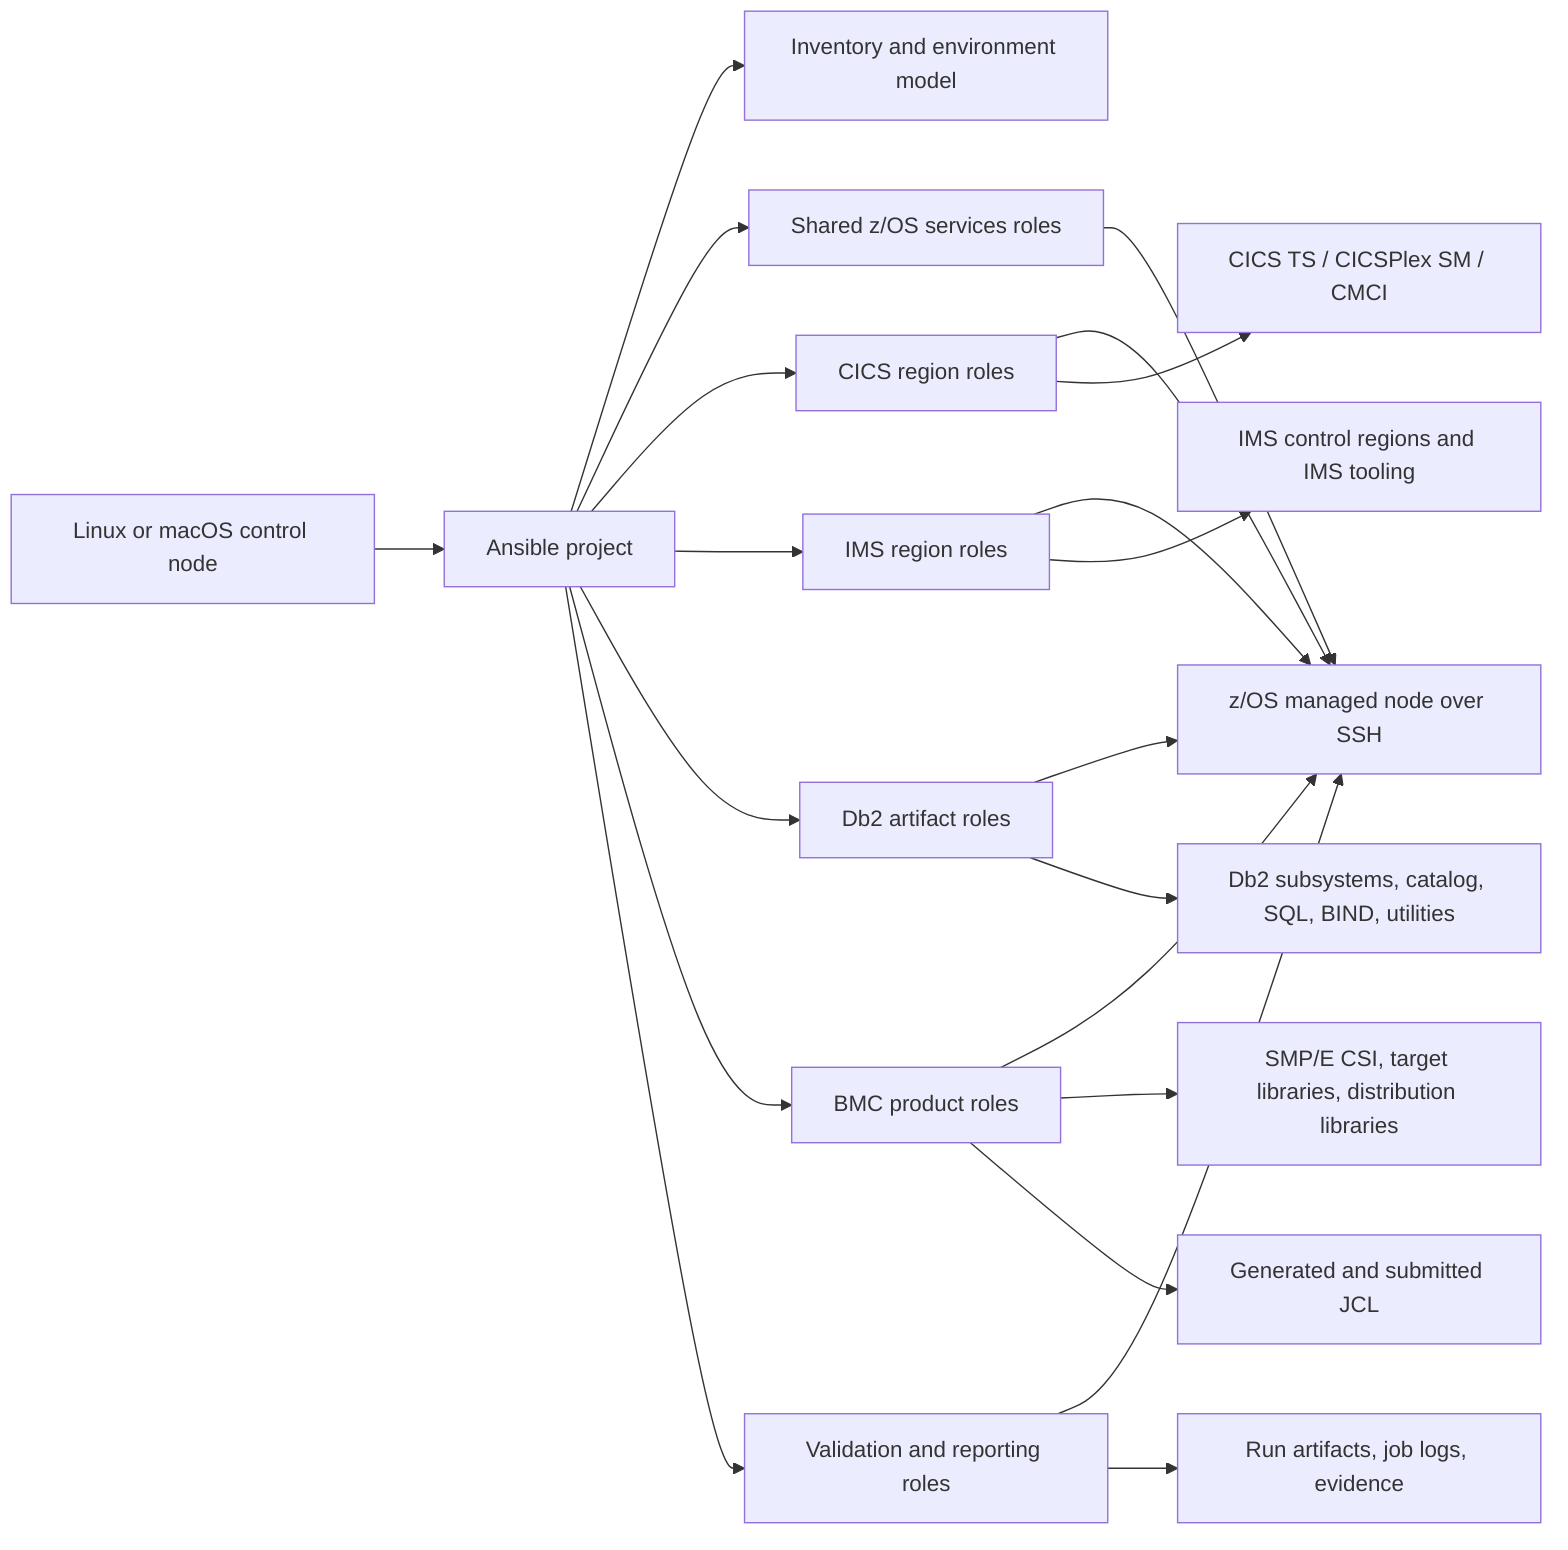
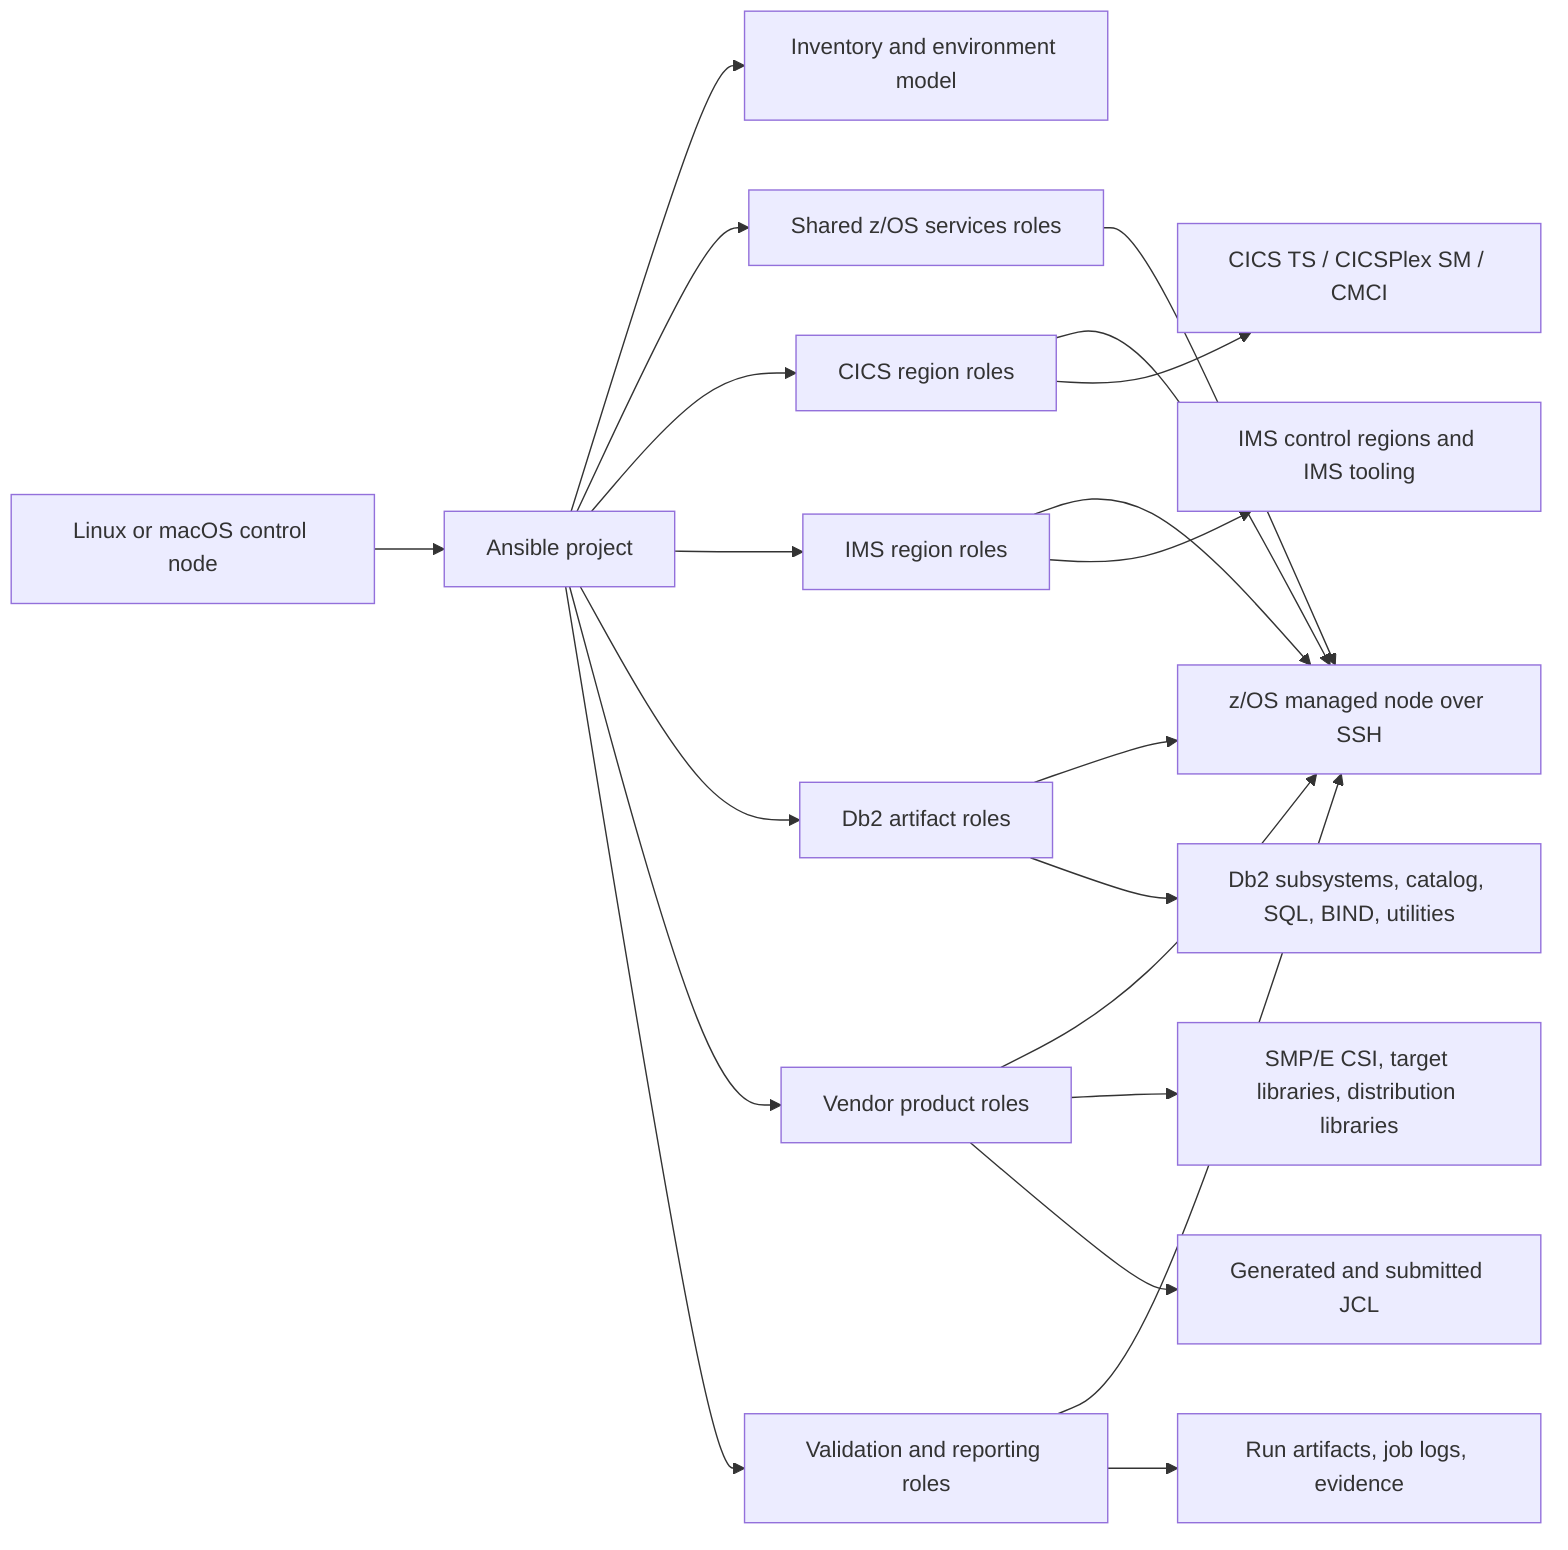
flowchart LR
    A["Linux or macOS control node"] --> B["Ansible project"]
    B --> C["Inventory and environment model"]
    B --> D["Shared z/OS services roles"]
    B --> E["CICS region roles"]
    B --> F["IMS region roles"]
    B --> G["Db2 artifact roles"]
-     B --> H["BMC product roles"]
+     B --> H["Vendor product roles"]
    B --> I["Validation and reporting roles"]

    D --> Z["z/OS managed node over SSH"]
    E --> Z
    F --> Z
    G --> Z
    H --> Z
    I --> Z

    E --> CICS["CICS TS / CICSPlex SM / CMCI"]
    F --> IMS["IMS control regions and IMS tooling"]
    G --> DB2["Db2 subsystems, catalog, SQL, BIND, utilities"]
    H --> SMPE["SMP/E CSI, target libraries, distribution libraries"]
    H --> JCL["Generated and submitted JCL"]
    I --> ART["Run artifacts, job logs, evidence"]
